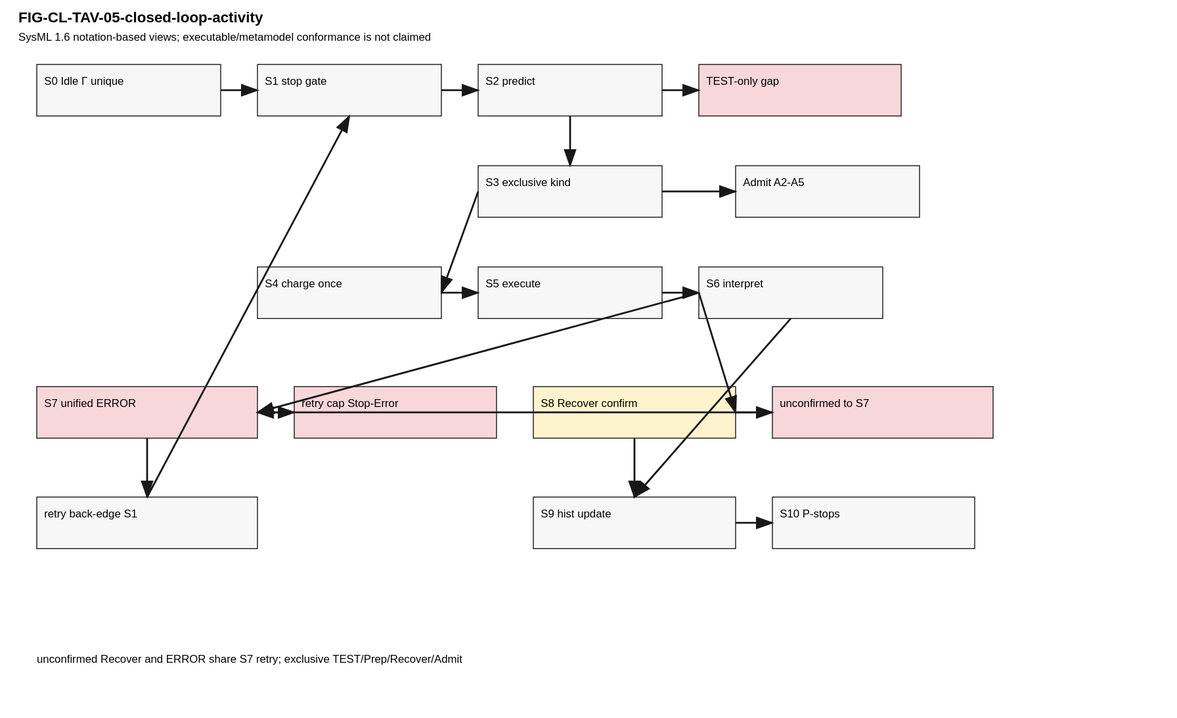
This is artifacts/publications/cltav/figures/FIG-CL-TAV-05-closed-loop-activity.svg from ZhangChi0727/arinc-615a-conformance, a PlantUML export, as it was before one commit. Its source is kept beside it as docs/research/publication/models/FIG-CL-TAV-05-closed-loop-activity.puml.
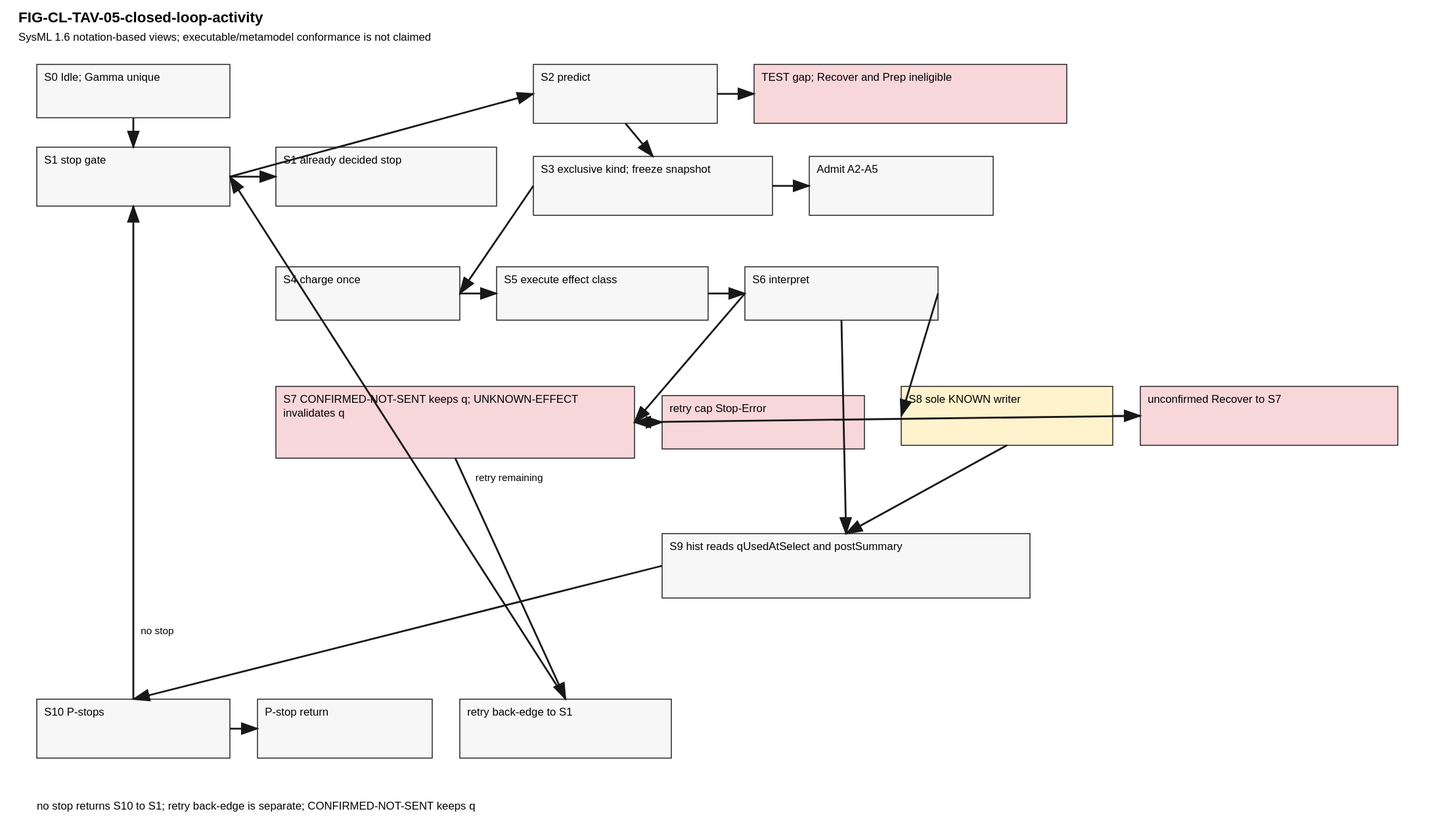
After the change.

Commit message:
test: fail closed on owned PDFs and the normal loop edge

Change to the diagram source:
```diff
@@ -1,20 +1,22 @@
 @startuml FIG-CL-TAV-05
 skinparam shadowing false
-title FIG-CL-TAV-05 Closed-loop activity\nSysML 1.6 notation-based views; executable/metamodel conformance is not claimed\npredict before select; exclusive TEST/Prep/Recover/Admit; charge once; unified ERROR
+title FIG-CL-TAV-05 Closed-loop activity\nSysML 1.6 notation-based views; executable/metamodel conformance is not claimed\npredict before select; exclusive TEST/Prep/Recover/Admit; charge once; effect classes
+
 
 start
 :S0 Idle; SessionContext unique; HistoryHandle; BUDGET xor ROUNDS; retry=0;
 repeat
   :S1 IF-RESOURCE-STOP gate;
   if (already A2-A5 or P1-P5?) then (yes)
+    :E-S1-STOP already decided stop;
     stop
   else (no)
     :S2 IF-PRED-OBS predict classes;
-    if (PredictionGapError and Recover/Prep not eligible?) then (yes)
-      :TEST-scoped named prediction-gap; UNKNOWN Recover remains legal when eligible;
+    if (PredictionGapError and Recover and Prep not eligible?) then (yes)
+      :E-S2-GAP TEST-scoped named prediction-gap; Recover and Prep ineligible;
       stop
     else (no)
-      :S3 IF-SELECT-ADMIT exclusive kind;
+      :S3 IF-SELECT-ADMIT exclusive kind; freeze qUsedAtSelect;
       if (kind ADMIT?) then (yes)
         stop
       elseif (kind TEST and S empty?) then (yes)
@@ -26,26 +28,28 @@
         :one-step minimax on predicted nonempty classes;
       endif
       :S4 Charge cost once;
-      :S5 IF-EXECUTE-RECORD;
-      :S6 IF-OBS-INTERPRET unless exec ERROR;
-      if (exec ERROR or interpret ERROR or prepErr or unconfirmed Recover?) then (yes)
-        :S7 unified ERROR ErrorHandle; do not exclude H; unknown-effect is not known q;
+      :S5 IF-EXECUTE-RECORD effect class;
+      :S6 IF-OBS-INTERPRET unless effect class already returned;
+      if (CONFIRMED-NOT-SENT or UNKNOWN-EFFECT or prepErr or unconfirmed Recover?) then (yes)
+        :S7 classify effect; CONFIRMED-NOT-SENT keeps q; UNKNOWN-EFFECT invalidates q;
         if (retry cap reached?) then (yes)
           :Stop-Error; not A5/Stop-Budget;
           stop
         else (retry remaining)
-          :unconfirmed Recover and ERROR share the retry back-edge to S1;
+          :E-S7-S1 unconfirmed Recover and effect classes share the retry back-edge to S1;
         endif
       else (record valid)
         if (Recover confirmed?) then (yes)
-          :S8 writes Γ.qStatus KNOWN(declaredTarget,evidence); confirmed not sent stays UNKNOWN;
-          :S9 IF-HIST-UPDATE HistoryHandle;
+          :S8 sole writer of KNOWN(declaredTarget,evidence); IF-PREP-RECOVER does not write Gamma;
+          :E-S9-S10 S9 IF-HIST-UPDATE reads qUsedAtSelect and postSummary;
         else (TEST or Prep)
-          :S9 IF-HIST-UPDATE HistoryHandle;
+          :E-S9-S10 S9 IF-HIST-UPDATE reads qUsedAtSelect and postSummary;
         endif
         :S10 P1-P5 via IF-RESOURCE-STOP and IF-EQUIV;
         if (P-stop?) then (yes)
           stop
+        else (no stop)
+          :E-S10-S1 continue to next S1;
         endif
       endif
     endif
@@ -57,7 +61,9 @@
   strictly-reducing TEST else Prep else Recover
   Charge cost once; Hk update
   ERROR ErrorHandle unknown-effect
-  confirmed not sent; unconfirmed Recover joins S7
+  confirmed not sent keeps q; CONFIRMED-NOT-SENT is not UNKNOWN
+  unconfirmed Recover joins S7
+  no stop returns S10 to S1
   P1 P5 Stop-Empty Stop-Singleton Stop-645
   Stop-Equivalent Stop-Budget Stop-Error Stop-NoDistinguisher
 end note
```
